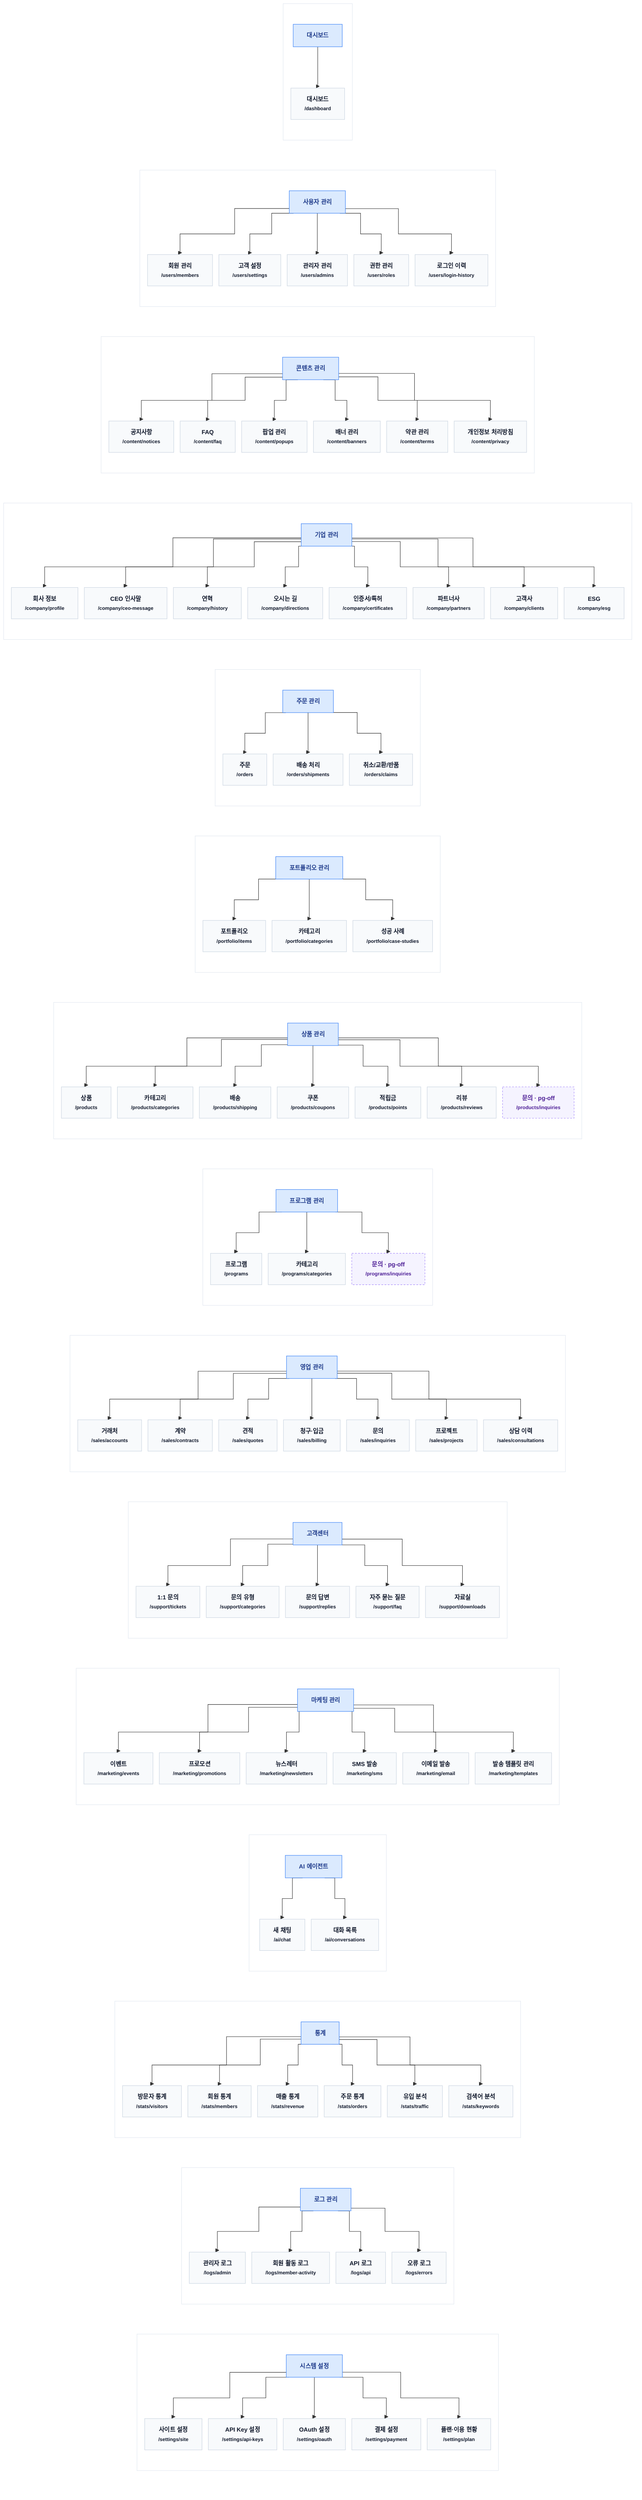
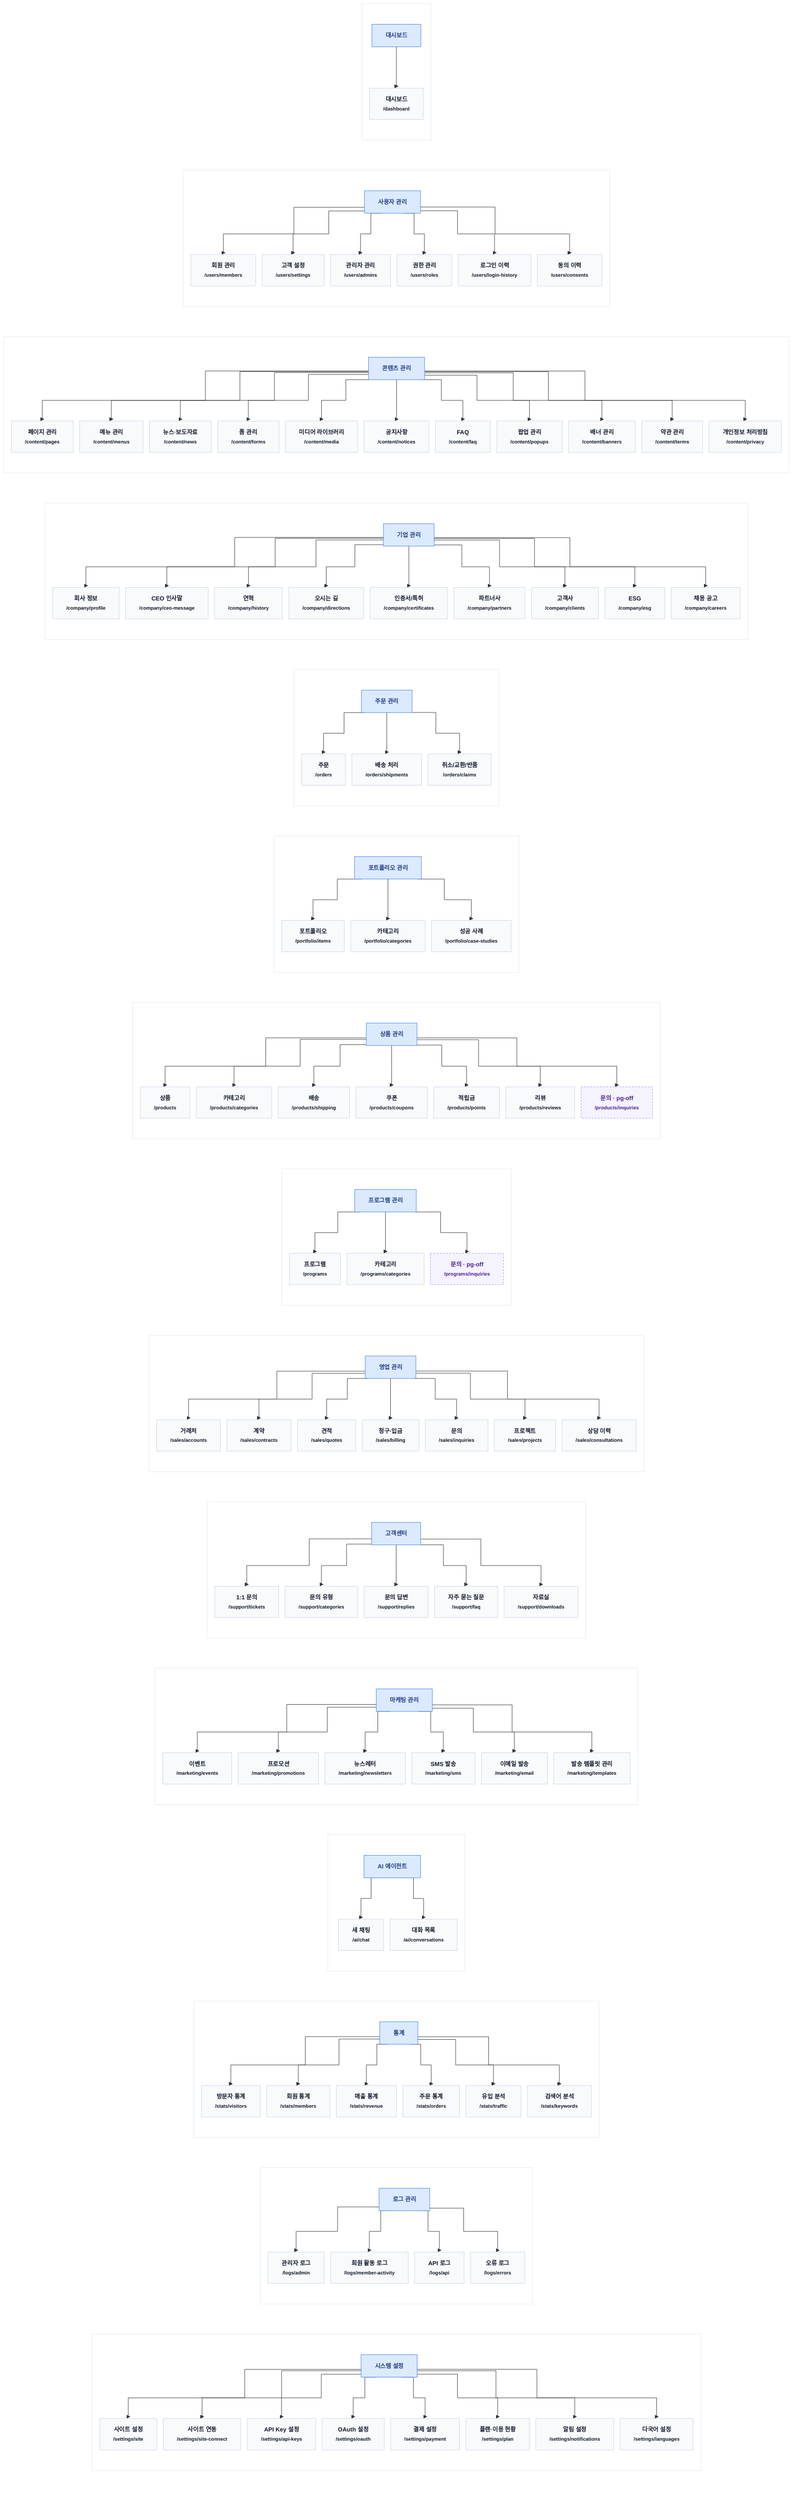
%% IA 트리 · 메뉴별 피라미드 (메뉴 15 × 그 잎들 · 그룹 5 는 09a 가 그린다)
%%{init: {"flowchart": {"curve": "step", "nodeSpacing": 14, "rankSpacing": 66, "wrappingWidth": 150, "htmlLabels": true}, "themeVariables": {"fontSize": "13px"}} }%%
flowchart TD

    subgraph G0[" "]
    direction TB
        S0["<b>대시보드</b>"]
        S0 --> S0_0["대시보드<br/><small>/dashboard</small>"]
    end

    subgraph G1[" "]
    direction TB
        S1["<b>사용자 관리</b>"]
        S1 --> S1_0["회원 관리<br/><small>/users/members</small>"]
        S1 --> S1_1["고객 설정<br/><small>/users/settings</small>"]
        S1 --> S1_2["관리자 관리<br/><small>/users/admins</small>"]
        S1 --> S1_3["권한 관리<br/><small>/users/roles</small>"]
        S1 --> S1_4["로그인 이력<br/><small>/users/login-history</small>"]
+         S1 --> S1_5["동의 이력<br/><small>/users/consents</small>"]
    end

    subgraph G2[" "]
    direction TB
        S2["<b>콘텐츠 관리</b>"]
-         S2 --> S2_0["공지사항<br/><small>/content/notices</small>"]
-         S2 --> S2_1["FAQ<br/><small>/content/faq</small>"]
-         S2 --> S2_2["팝업 관리<br/><small>/content/popups</small>"]
-         S2 --> S2_3["배너 관리<br/><small>/content/banners</small>"]
-         S2 --> S2_4["약관 관리<br/><small>/content/terms</small>"]
-         S2 --> S2_5["개인정보 처리방침<br/><small>/content/privacy</small>"]
+         S2 --> S2_0["페이지 관리<br/><small>/content/pages</small>"]
+         S2 --> S2_1["메뉴 관리<br/><small>/content/menus</small>"]
+         S2 --> S2_2["뉴스·보도자료<br/><small>/content/news</small>"]
+         S2 --> S2_3["폼 관리<br/><small>/content/forms</small>"]
+         S2 --> S2_4["미디어 라이브러리<br/><small>/content/media</small>"]
+         S2 --> S2_5["공지사항<br/><small>/content/notices</small>"]
+         S2 --> S2_6["FAQ<br/><small>/content/faq</small>"]
+         S2 --> S2_7["팝업 관리<br/><small>/content/popups</small>"]
+         S2 --> S2_8["배너 관리<br/><small>/content/banners</small>"]
+         S2 --> S2_9["약관 관리<br/><small>/content/terms</small>"]
+         S2 --> S2_10["개인정보 처리방침<br/><small>/content/privacy</small>"]
    end

    subgraph G3[" "]
    direction TB
        S3["<b>기업 관리</b>"]
        S3 --> S3_0["회사 정보<br/><small>/company/profile</small>"]
        S3 --> S3_1["CEO 인사말<br/><small>/company/ceo-message</small>"]
        S3 --> S3_2["연혁<br/><small>/company/history</small>"]
        S3 --> S3_3["오시는 길<br/><small>/company/directions</small>"]
        S3 --> S3_4["인증서/특허<br/><small>/company/certificates</small>"]
        S3 --> S3_5["파트너사<br/><small>/company/partners</small>"]
        S3 --> S3_6["고객사<br/><small>/company/clients</small>"]
        S3 --> S3_7["ESG<br/><small>/company/esg</small>"]
+         S3 --> S3_8["채용 공고<br/><small>/company/careers</small>"]
    end

    subgraph G4[" "]
    direction TB
        S4["<b>주문 관리</b>"]
        S4 --> S4_0["주문<br/><small>/orders</small>"]
        S4 --> S4_1["배송 처리<br/><small>/orders/shipments</small>"]
        S4 --> S4_2["취소/교환/반품<br/><small>/orders/claims</small>"]
    end

    subgraph G5[" "]
    direction TB
        S5["<b>포트폴리오 관리</b>"]
        S5 --> S5_0["포트폴리오<br/><small>/portfolio/items</small>"]
        S5 --> S5_1["카테고리<br/><small>/portfolio/categories</small>"]
        S5 --> S5_2["성공 사례<br/><small>/portfolio/case-studies</small>"]
    end

    subgraph G6[" "]
    direction TB
        S6["<b>상품 관리</b>"]
        S6 --> S6_0["상품<br/><small>/products</small>"]
        S6 --> S6_1["카테고리<br/><small>/products/categories</small>"]
        S6 --> S6_2["배송<br/><small>/products/shipping</small>"]
        S6 --> S6_3["쿠폰<br/><small>/products/coupons</small>"]
        S6 --> S6_4["적립금<br/><small>/products/points</small>"]
        S6 --> S6_5["리뷰<br/><small>/products/reviews</small>"]
        S6 --> S6_6["문의 · pg-off<br/><small>/products/inquiries</small>"]
    end

    subgraph G7[" "]
    direction TB
        S7["<b>프로그램 관리</b>"]
        S7 --> S7_0["프로그램<br/><small>/programs</small>"]
        S7 --> S7_1["카테고리<br/><small>/programs/categories</small>"]
        S7 --> S7_2["문의 · pg-off<br/><small>/programs/inquiries</small>"]
    end

    subgraph G8[" "]
    direction TB
        S8["<b>영업 관리</b>"]
        S8 --> S8_0["거래처<br/><small>/sales/accounts</small>"]
        S8 --> S8_1["계약<br/><small>/sales/contracts</small>"]
        S8 --> S8_2["견적<br/><small>/sales/quotes</small>"]
        S8 --> S8_3["청구·입금<br/><small>/sales/billing</small>"]
        S8 --> S8_4["문의<br/><small>/sales/inquiries</small>"]
        S8 --> S8_5["프로젝트<br/><small>/sales/projects</small>"]
        S8 --> S8_6["상담 이력<br/><small>/sales/consultations</small>"]
    end

    subgraph G9[" "]
    direction TB
        S9["<b>고객센터</b>"]
        S9 --> S9_0["1:1 문의<br/><small>/support/tickets</small>"]
        S9 --> S9_1["문의 유형<br/><small>/support/categories</small>"]
        S9 --> S9_2["문의 답변<br/><small>/support/replies</small>"]
        S9 --> S9_3["자주 묻는 질문<br/><small>/support/faq</small>"]
        S9 --> S9_4["자료실<br/><small>/support/downloads</small>"]
    end

    subgraph G10[" "]
    direction TB
        S10["<b>마케팅 관리</b>"]
        S10 --> S10_0["이벤트<br/><small>/marketing/events</small>"]
        S10 --> S10_1["프로모션<br/><small>/marketing/promotions</small>"]
        S10 --> S10_2["뉴스레터<br/><small>/marketing/newsletters</small>"]
        S10 --> S10_3["SMS 발송<br/><small>/marketing/sms</small>"]
        S10 --> S10_4["이메일 발송<br/><small>/marketing/email</small>"]
        S10 --> S10_5["발송 템플릿 관리<br/><small>/marketing/templates</small>"]
    end

    subgraph G11[" "]
    direction TB
        S11["<b>AI 에이전트</b>"]
        S11 --> S11_0["새 채팅<br/><small>/ai/chat</small>"]
        S11 --> S11_1["대화 목록<br/><small>/ai/conversations</small>"]
    end

    subgraph G12[" "]
    direction TB
        S12["<b>통계</b>"]
        S12 --> S12_0["방문자 통계<br/><small>/stats/visitors</small>"]
        S12 --> S12_1["회원 통계<br/><small>/stats/members</small>"]
        S12 --> S12_2["매출 통계<br/><small>/stats/revenue</small>"]
        S12 --> S12_3["주문 통계<br/><small>/stats/orders</small>"]
        S12 --> S12_4["유입 분석<br/><small>/stats/traffic</small>"]
        S12 --> S12_5["검색어 분석<br/><small>/stats/keywords</small>"]
    end

    subgraph G13[" "]
    direction TB
        S13["<b>로그 관리</b>"]
        S13 --> S13_0["관리자 로그<br/><small>/logs/admin</small>"]
        S13 --> S13_1["회원 활동 로그<br/><small>/logs/member-activity</small>"]
        S13 --> S13_2["API 로그<br/><small>/logs/api</small>"]
        S13 --> S13_3["오류 로그<br/><small>/logs/errors</small>"]
    end

    subgraph G14[" "]
    direction TB
        S14["<b>시스템 설정</b>"]
        S14 --> S14_0["사이트 설정<br/><small>/settings/site</small>"]
-         S14 --> S14_1["API Key 설정<br/><small>/settings/api-keys</small>"]
-         S14 --> S14_2["OAuth 설정<br/><small>/settings/oauth</small>"]
-         S14 --> S14_3["결제 설정<br/><small>/settings/payment</small>"]
-         S14 --> S14_4["플랜·이용 현황<br/><small>/settings/plan</small>"]
+         S14 --> S14_1["사이트 연동<br/><small>/settings/site-connect</small>"]
+         S14 --> S14_2["API Key 설정<br/><small>/settings/api-keys</small>"]
+         S14 --> S14_3["OAuth 설정<br/><small>/settings/oauth</small>"]
+         S14 --> S14_4["결제 설정<br/><small>/settings/payment</small>"]
+         S14 --> S14_5["플랜·이용 현황<br/><small>/settings/plan</small>"]
+         S14 --> S14_6["알림 설정<br/><small>/settings/notifications</small>"]
+         S14 --> S14_7["다국어 설정<br/><small>/settings/languages</small>"]
    end

    %% subgraph 를 세로로 쌓는다 — 없으면 옆으로 늘어서 폭이 9800px 가 된다
    G0 ~~~ G1
    G1 ~~~ G2
    G2 ~~~ G3
    G3 ~~~ G4
    G4 ~~~ G5
    G5 ~~~ G6
    G6 ~~~ G7
    G7 ~~~ G8
    G8 ~~~ G9
    G9 ~~~ G10
    G10 ~~~ G11
    G11 ~~~ G12
    G12 ~~~ G13
    G13 ~~~ G14

    classDef root fill:#1e293b,stroke:#0f172a,color:#f8fafc,font-weight:bold
    classDef sec fill:#dbeafe,stroke:#3b82f6,color:#1e3a8a,font-weight:bold
    classDef leaf fill:#f8fafc,stroke:#cbd5e1,color:#0f172a
    classDef off fill:#f5f3ff,stroke:#a78bfa,color:#4c1d95,stroke-dasharray:4 3
    classDef grp fill:none,stroke:#e2e8f0,stroke-width:1px
    class S0,S1,S2,S3,S4,S5,S6,S7,S8,S9,S10,S11,S12,S13,S14 sec
-     class S0_0,S1_0,S1_1,S1_2,S1_3,S1_4,S2_0,S2_1,S2_2,S2_3,S2_4,S2_5,S3_0,S3_1,S3_2,S3_3,S3_4,S3_5,S3_6,S3_7,S4_0,S4_1,S4_2,S5_0,S5_1,S5_2,S6_0,S6_1,S6_2,S6_3,S6_4,S6_5,S7_0,S7_1,S8_0,S8_1,S8_2,S8_3,S8_4,S8_5,S8_6,S9_0,S9_1,S9_2,S9_3,S9_4,S10_0,S10_1,S10_2,S10_3,S10_4,S10_5,S11_0,S11_1,S12_0,S12_1,S12_2,S12_3,S12_4,S12_5,S13_0,S13_1,S13_2,S13_3,S14_0,S14_1,S14_2,S14_3,S14_4 leaf
+     class S0_0,S1_0,S1_1,S1_2,S1_3,S1_4,S1_5,S2_0,S2_1,S2_2,S2_3,S2_4,S2_5,S2_6,S2_7,S2_8,S2_9,S2_10,S3_0,S3_1,S3_2,S3_3,S3_4,S3_5,S3_6,S3_7,S3_8,S4_0,S4_1,S4_2,S5_0,S5_1,S5_2,S6_0,S6_1,S6_2,S6_3,S6_4,S6_5,S7_0,S7_1,S8_0,S8_1,S8_2,S8_3,S8_4,S8_5,S8_6,S9_0,S9_1,S9_2,S9_3,S9_4,S10_0,S10_1,S10_2,S10_3,S10_4,S10_5,S11_0,S11_1,S12_0,S12_1,S12_2,S12_3,S12_4,S12_5,S13_0,S13_1,S13_2,S13_3,S14_0,S14_1,S14_2,S14_3,S14_4,S14_5,S14_6,S14_7 leaf
    %% 조건부 잎 — visibleWhen: 'pg-off' (결제를 켜면 사라지거나 '문의 · 읽기 전용' 으로 남는다)
    class S6_6,S7_2 off
    class G0,G1,G2,G3,G4,G5,G6,G7,G8,G9,G10,G11,G12,G13,G14 grp
